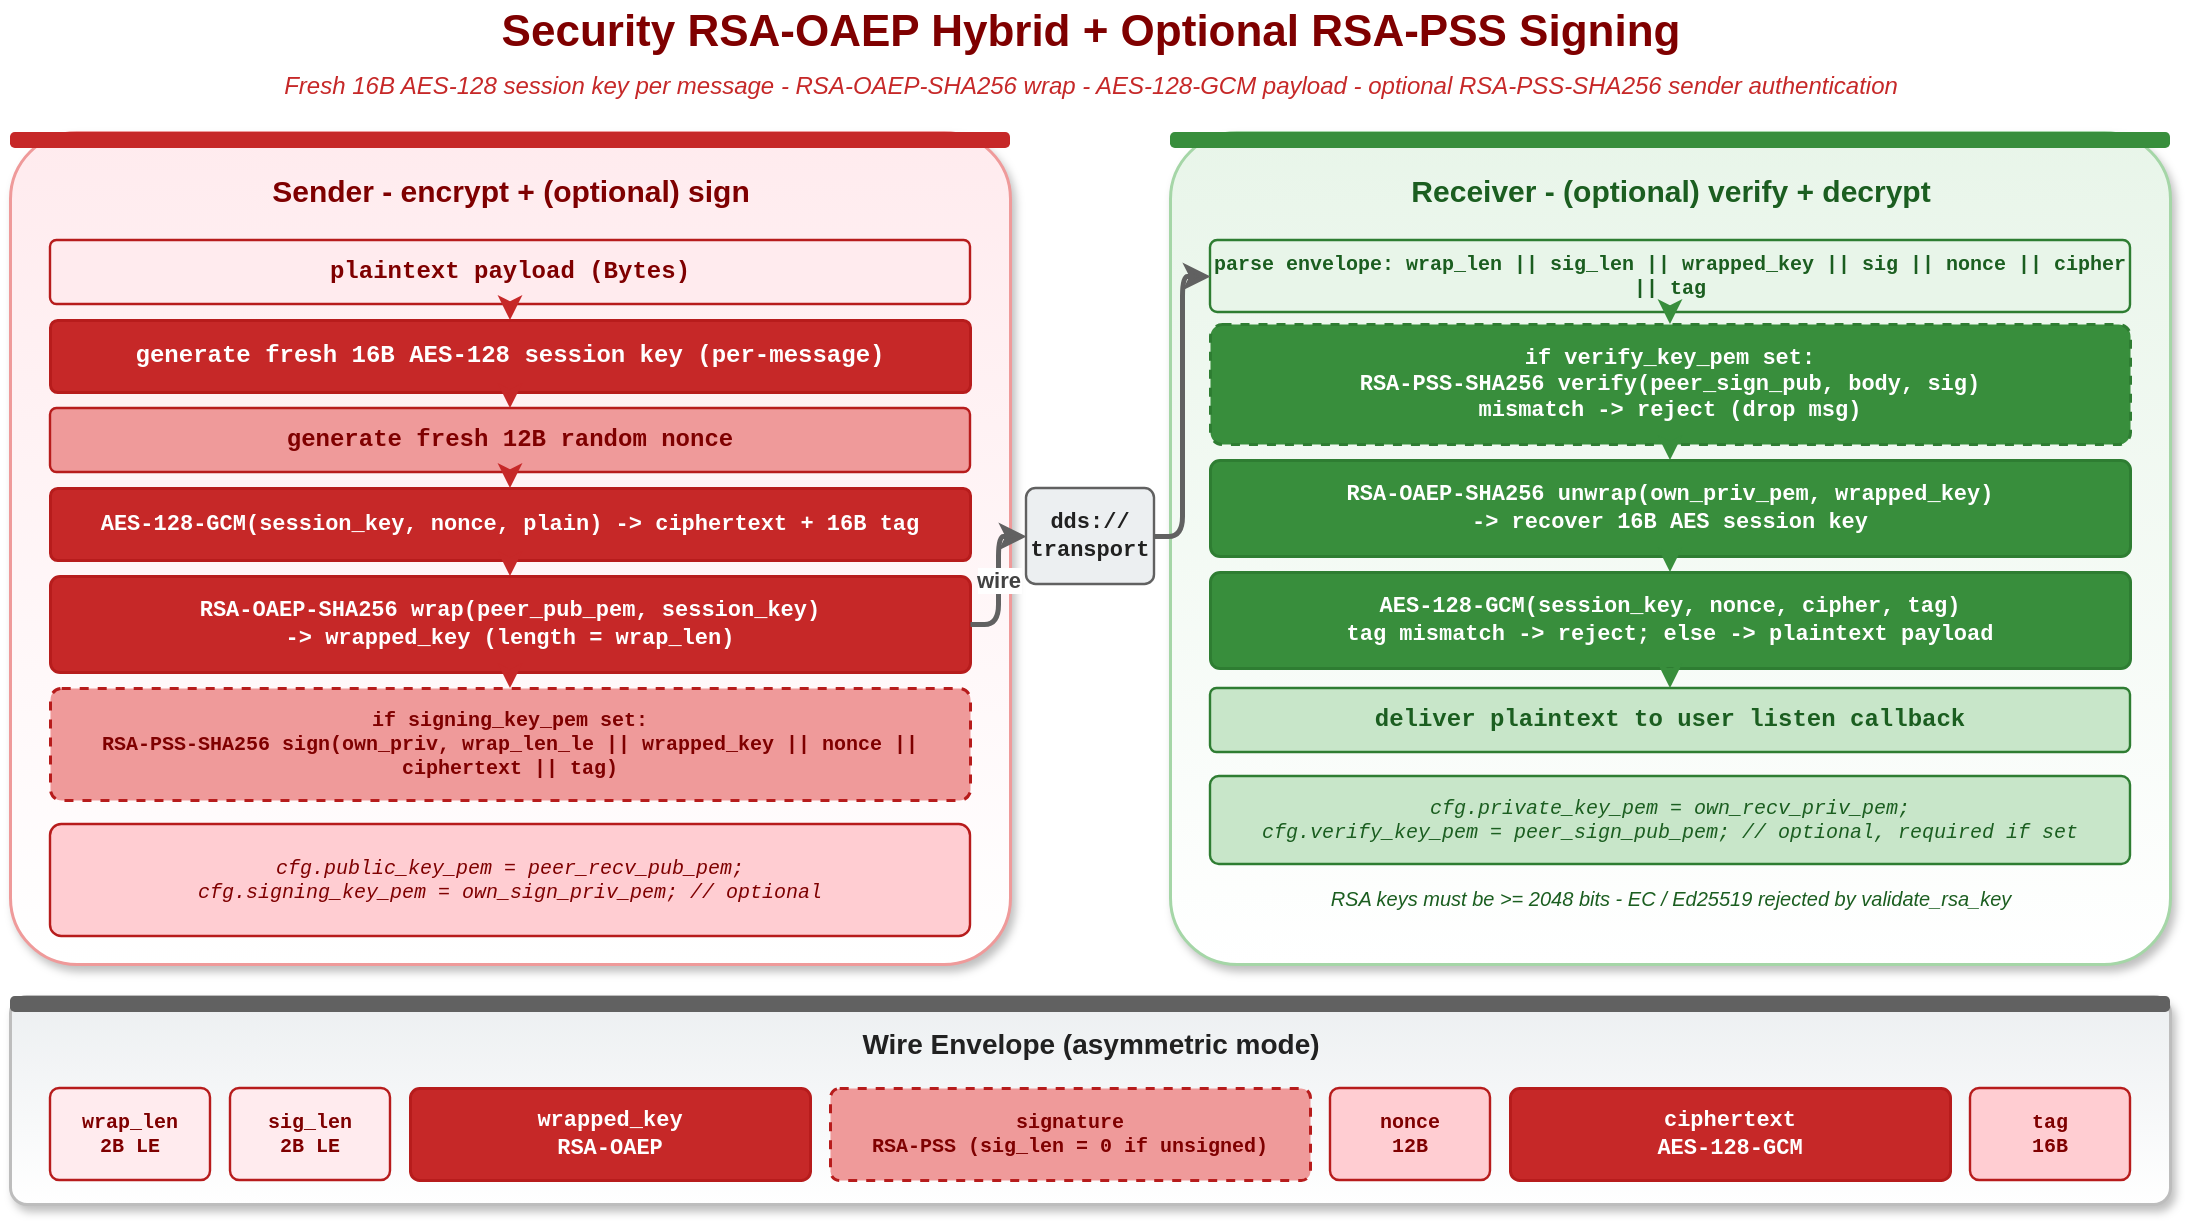
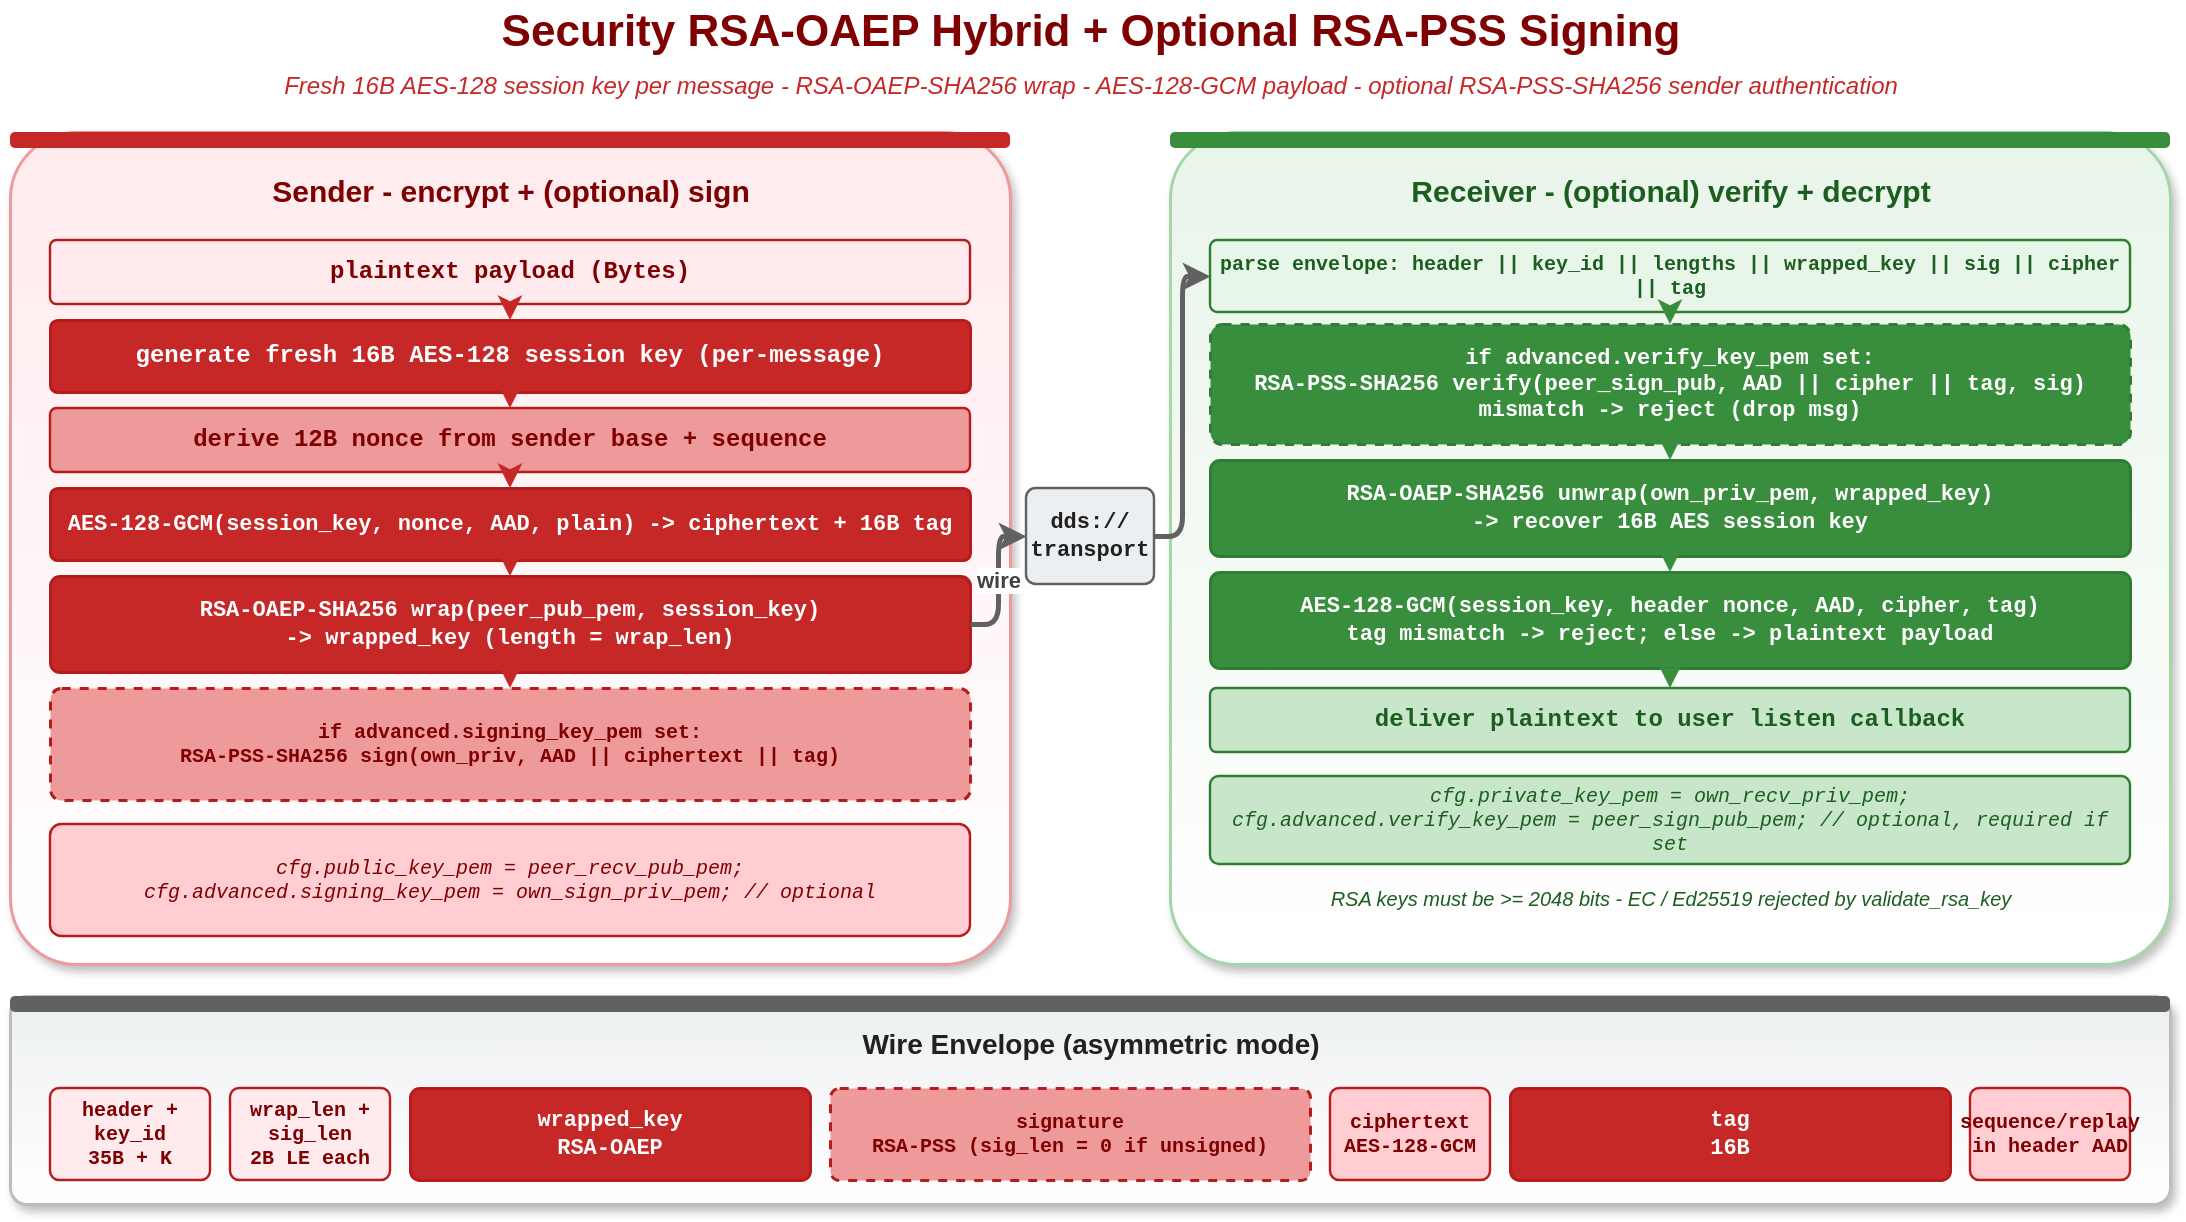
<mxfile host="app.diagrams.net" modified="2026-05-19T00:00:00.000Z" agent="Claude" version="24.0.0" type="device">
  <diagram id="security-rsa-hybrid" name="Security RSA Hybrid">
    <mxGraphModel dx="1120" dy="640" grid="0" gridSize="10" guides="1" tooltips="1" connect="1" arrows="1" fold="1" page="1" pageScale="1" pageWidth="1120" pageHeight="640" math="0" shadow="0">
      <root>
        <mxCell id="0" />
        <mxCell id="1" parent="0" />

        <mxCell id="title" value="Security RSA-OAEP Hybrid  +  Optional RSA-PSS Signing" style="text;html=1;align=center;verticalAlign=middle;strokeColor=none;fillColor=none;fontSize=22;fontStyle=1;fontColor=#7f0000;" vertex="1" parent="1">
          <mxGeometry x="20" y="18" width="1080" height="32" as="geometry" />
        </mxCell>
        <mxCell id="sub" value="Fresh 16B AES-128 session key per message  -  RSA-OAEP-SHA256 wrap  -  AES-128-GCM payload  -  optional RSA-PSS-SHA256 sender authentication" style="text;html=1;align=center;verticalAlign=middle;strokeColor=none;fillColor=none;fontSize=12;fontStyle=2;fontColor=#c62828;" vertex="1" parent="1">
          <mxGeometry x="20" y="50" width="1080" height="22" as="geometry" />
        </mxCell>

        <!-- Sender container (red) -->
        <mxCell id="sndBg" value="" style="rounded=1;whiteSpace=wrap;html=1;fillColor=#ffffff;strokeColor=#ef9a9a;strokeWidth=1.5;arcSize=8;shadow=1;gradientColor=#ffebee;gradientDirection=north;" vertex="1" parent="1">
          <mxGeometry x="20" y="84" width="500" height="416" as="geometry" />
        </mxCell>
        <mxCell id="sndBar" value="" style="rounded=1;whiteSpace=wrap;html=1;fillColor=#c62828;strokeColor=none;arcSize=30;" vertex="1" parent="1">
          <mxGeometry x="20" y="84" width="500" height="8" as="geometry" />
        </mxCell>
        <mxCell id="sndT" value="Sender  -  encrypt + (optional) sign" style="text;html=1;align=center;verticalAlign=middle;strokeColor=none;fillColor=none;fontSize=15;fontStyle=1;fontColor=#7f0000;" vertex="1" parent="1">
          <mxGeometry x="20" y="100" width="500" height="26" as="geometry" />
        </mxCell>

        <mxCell id="s1" value="plaintext payload (Bytes)" style="rounded=1;whiteSpace=wrap;html=1;fillColor=#ffebee;strokeColor=#b71c1c;strokeWidth=1.2;fontSize=12;fontFamily=Courier New;fontStyle=1;fontColor=#7f0000;arcSize=10;" vertex="1" parent="1">
          <mxGeometry x="40" y="138" width="460" height="32" as="geometry" />
        </mxCell>
        <mxCell id="s2" value="generate fresh 16B AES-128 session key (per-message)" style="rounded=1;whiteSpace=wrap;html=1;fillColor=#c62828;strokeColor=#b71c1c;strokeWidth=1.5;fontSize=12;fontFamily=Courier New;fontStyle=1;fontColor=#ffffff;arcSize=10;" vertex="1" parent="1">
          <mxGeometry x="40" y="178" width="460" height="36" as="geometry" />
        </mxCell>
-         <mxCell id="s3" value="generate fresh 12B random nonce" style="rounded=1;whiteSpace=wrap;html=1;fillColor=#ef9a9a;strokeColor=#b71c1c;strokeWidth=1.2;fontSize=12;fontFamily=Courier New;fontStyle=1;fontColor=#7f0000;arcSize=10;" vertex="1" parent="1">
+         <mxCell id="s3" value="derive 12B nonce from sender base + sequence" style="rounded=1;whiteSpace=wrap;html=1;fillColor=#ef9a9a;strokeColor=#b71c1c;strokeWidth=1.2;fontSize=12;fontFamily=Courier New;fontStyle=1;fontColor=#7f0000;arcSize=10;" vertex="1" parent="1">
          <mxGeometry x="40" y="222" width="460" height="32" as="geometry" />
        </mxCell>
-         <mxCell id="s4" value="AES-128-GCM(session_key, nonce, plain) -&amp;gt; ciphertext + 16B tag" style="rounded=1;whiteSpace=wrap;html=1;fillColor=#c62828;strokeColor=#b71c1c;strokeWidth=1.5;fontSize=11;fontFamily=Courier New;fontStyle=1;fontColor=#ffffff;arcSize=10;" vertex="1" parent="1">
+         <mxCell id="s4" value="AES-128-GCM(session_key, nonce, AAD, plain) -&amp;gt; ciphertext + 16B tag" style="rounded=1;whiteSpace=wrap;html=1;fillColor=#c62828;strokeColor=#b71c1c;strokeWidth=1.5;fontSize=11;fontFamily=Courier New;fontStyle=1;fontColor=#ffffff;arcSize=10;" vertex="1" parent="1">
          <mxGeometry x="40" y="262" width="460" height="36" as="geometry" />
        </mxCell>
        <mxCell id="s5" value="RSA-OAEP-SHA256 wrap(peer_pub_pem, session_key)&#10;-&amp;gt; wrapped_key  (length = wrap_len)" style="rounded=1;whiteSpace=wrap;html=1;fillColor=#c62828;strokeColor=#b71c1c;strokeWidth=1.5;fontSize=11;fontFamily=Courier New;fontStyle=1;fontColor=#ffffff;arcSize=10;" vertex="1" parent="1">
          <mxGeometry x="40" y="306" width="460" height="48" as="geometry" />
        </mxCell>
-         <mxCell id="s6" value="if signing_key_pem set:&#10;RSA-PSS-SHA256 sign(own_priv, wrap_len_le || wrapped_key || nonce || ciphertext || tag)" style="rounded=1;whiteSpace=wrap;html=1;fillColor=#ef9a9a;strokeColor=#b71c1c;strokeWidth=1.5;fontSize=10;fontFamily=Courier New;fontStyle=1;fontColor=#7f0000;arcSize=10;dashed=1;" vertex="1" parent="1">
+         <mxCell id="s6" value="if advanced.signing_key_pem set:&#10;RSA-PSS-SHA256 sign(own_priv, AAD || ciphertext || tag)" style="rounded=1;whiteSpace=wrap;html=1;fillColor=#ef9a9a;strokeColor=#b71c1c;strokeWidth=1.5;fontSize=10;fontFamily=Courier New;fontStyle=1;fontColor=#7f0000;arcSize=10;dashed=1;" vertex="1" parent="1">
          <mxGeometry x="40" y="362" width="460" height="56" as="geometry" />
        </mxCell>
-         <mxCell id="sCfg" value="cfg.public_key_pem = peer_recv_pub_pem;&#10;cfg.signing_key_pem = own_sign_priv_pem;  // optional" style="rounded=1;whiteSpace=wrap;html=1;fillColor=#ffcdd2;strokeColor=#b71c1c;strokeWidth=1.2;fontSize=10;fontFamily=Courier New;fontStyle=2;fontColor=#7f0000;arcSize=10;" vertex="1" parent="1">
+         <mxCell id="sCfg" value="cfg.public_key_pem = peer_recv_pub_pem;&#10;cfg.advanced.signing_key_pem = own_sign_priv_pem;  // optional" style="rounded=1;whiteSpace=wrap;html=1;fillColor=#ffcdd2;strokeColor=#b71c1c;strokeWidth=1.2;fontSize=10;fontFamily=Courier New;fontStyle=2;fontColor=#7f0000;arcSize=10;" vertex="1" parent="1">
          <mxGeometry x="40" y="430" width="460" height="56" as="geometry" />
        </mxCell>

        <!-- arrows sender -->
        <mxCell id="as1" style="endArrow=classic;endFill=1;html=1;strokeWidth=2;strokeColor=#c62828;exitX=0.5;exitY=1;entryX=0.5;entryY=0;rounded=1;" edge="1" parent="1" source="s1" target="s2">
          <mxGeometry relative="1" as="geometry" />
        </mxCell>
        <mxCell id="as2" style="endArrow=classic;endFill=1;html=1;strokeWidth=2;strokeColor=#c62828;exitX=0.5;exitY=1;entryX=0.5;entryY=0;rounded=1;" edge="1" parent="1" source="s2" target="s3">
          <mxGeometry relative="1" as="geometry" />
        </mxCell>
        <mxCell id="as3" style="endArrow=classic;endFill=1;html=1;strokeWidth=2;strokeColor=#c62828;exitX=0.5;exitY=1;entryX=0.5;entryY=0;rounded=1;" edge="1" parent="1" source="s3" target="s4">
          <mxGeometry relative="1" as="geometry" />
        </mxCell>
        <mxCell id="as4" style="endArrow=classic;endFill=1;html=1;strokeWidth=2;strokeColor=#c62828;exitX=0.5;exitY=1;entryX=0.5;entryY=0;rounded=1;" edge="1" parent="1" source="s4" target="s5">
          <mxGeometry relative="1" as="geometry" />
        </mxCell>
        <mxCell id="as5" style="endArrow=classic;endFill=1;html=1;strokeWidth=2;strokeColor=#c62828;exitX=0.5;exitY=1;entryX=0.5;entryY=0;rounded=1;" edge="1" parent="1" source="s5" target="s6">
          <mxGeometry relative="1" as="geometry" />
        </mxCell>

        <!-- Receiver container (green) -->
        <mxCell id="rcvBg" value="" style="rounded=1;whiteSpace=wrap;html=1;fillColor=#ffffff;strokeColor=#a5d6a7;strokeWidth=1.5;arcSize=8;shadow=1;gradientColor=#e8f5e9;gradientDirection=north;" vertex="1" parent="1">
          <mxGeometry x="600" y="84" width="500" height="416" as="geometry" />
        </mxCell>
        <mxCell id="rcvBar" value="" style="rounded=1;whiteSpace=wrap;html=1;fillColor=#388e3c;strokeColor=none;arcSize=30;" vertex="1" parent="1">
          <mxGeometry x="600" y="84" width="500" height="8" as="geometry" />
        </mxCell>
        <mxCell id="rcvT" value="Receiver  -  (optional) verify + decrypt" style="text;html=1;align=center;verticalAlign=middle;strokeColor=none;fillColor=none;fontSize=15;fontStyle=1;fontColor=#1b5e20;" vertex="1" parent="1">
          <mxGeometry x="600" y="100" width="500" height="26" as="geometry" />
        </mxCell>

-         <mxCell id="r1" value="parse envelope: wrap_len || sig_len || wrapped_key || sig || nonce || cipher || tag" style="rounded=1;whiteSpace=wrap;html=1;fillColor=#e8f5e9;strokeColor=#2e7d32;strokeWidth=1.2;fontSize=10;fontFamily=Courier New;fontStyle=1;fontColor=#1b5e20;arcSize=10;" vertex="1" parent="1">
+         <mxCell id="r1" value="parse envelope: header || key_id || lengths || wrapped_key || sig || cipher || tag" style="rounded=1;whiteSpace=wrap;html=1;fillColor=#e8f5e9;strokeColor=#2e7d32;strokeWidth=1.2;fontSize=10;fontFamily=Courier New;fontStyle=1;fontColor=#1b5e20;arcSize=10;" vertex="1" parent="1">
          <mxGeometry x="620" y="138" width="460" height="36" as="geometry" />
        </mxCell>
-         <mxCell id="r2" value="if verify_key_pem set:&#10;RSA-PSS-SHA256 verify(peer_sign_pub, body, sig)&#10;mismatch -&amp;gt; reject (drop msg)" style="rounded=1;whiteSpace=wrap;html=1;fillColor=#388e3c;strokeColor=#2e7d32;strokeWidth=1.5;fontSize=11;fontFamily=Courier New;fontStyle=1;fontColor=#ffffff;arcSize=10;dashed=1;" vertex="1" parent="1">
+         <mxCell id="r2" value="if advanced.verify_key_pem set:&#10;RSA-PSS-SHA256 verify(peer_sign_pub, AAD || cipher || tag, sig)&#10;mismatch -&amp;gt; reject (drop msg)" style="rounded=1;whiteSpace=wrap;html=1;fillColor=#388e3c;strokeColor=#2e7d32;strokeWidth=1.5;fontSize=11;fontFamily=Courier New;fontStyle=1;fontColor=#ffffff;arcSize=10;dashed=1;" vertex="1" parent="1">
          <mxGeometry x="620" y="180" width="460" height="60" as="geometry" />
        </mxCell>
        <mxCell id="r3" value="RSA-OAEP-SHA256 unwrap(own_priv_pem, wrapped_key)&#10;-&amp;gt; recover 16B AES session key" style="rounded=1;whiteSpace=wrap;html=1;fillColor=#388e3c;strokeColor=#2e7d32;strokeWidth=1.5;fontSize=11;fontFamily=Courier New;fontStyle=1;fontColor=#ffffff;arcSize=10;" vertex="1" parent="1">
          <mxGeometry x="620" y="248" width="460" height="48" as="geometry" />
        </mxCell>
-         <mxCell id="r4" value="AES-128-GCM(session_key, nonce, cipher, tag)&#10;tag mismatch -&amp;gt; reject; else -&amp;gt; plaintext payload" style="rounded=1;whiteSpace=wrap;html=1;fillColor=#388e3c;strokeColor=#2e7d32;strokeWidth=1.5;fontSize=11;fontFamily=Courier New;fontStyle=1;fontColor=#ffffff;arcSize=10;" vertex="1" parent="1">
+         <mxCell id="r4" value="AES-128-GCM(session_key, header nonce, AAD, cipher, tag)&#10;tag mismatch -&amp;gt; reject; else -&amp;gt; plaintext payload" style="rounded=1;whiteSpace=wrap;html=1;fillColor=#388e3c;strokeColor=#2e7d32;strokeWidth=1.5;fontSize=11;fontFamily=Courier New;fontStyle=1;fontColor=#ffffff;arcSize=10;" vertex="1" parent="1">
          <mxGeometry x="620" y="304" width="460" height="48" as="geometry" />
        </mxCell>
        <mxCell id="r5" value="deliver plaintext to user listen callback" style="rounded=1;whiteSpace=wrap;html=1;fillColor=#c8e6c9;strokeColor=#2e7d32;strokeWidth=1.2;fontSize=12;fontFamily=Courier New;fontStyle=1;fontColor=#1b5e20;arcSize=10;" vertex="1" parent="1">
          <mxGeometry x="620" y="362" width="460" height="32" as="geometry" />
        </mxCell>
-         <mxCell id="rCfg" value="cfg.private_key_pem = own_recv_priv_pem;&#10;cfg.verify_key_pem  = peer_sign_pub_pem;  // optional, required if set" style="rounded=1;whiteSpace=wrap;html=1;fillColor=#c8e6c9;strokeColor=#2e7d32;strokeWidth=1.2;fontSize=10;fontFamily=Courier New;fontStyle=2;fontColor=#1b5e20;arcSize=10;" vertex="1" parent="1">
+         <mxCell id="rCfg" value="cfg.private_key_pem = own_recv_priv_pem;&#10;cfg.advanced.verify_key_pem  = peer_sign_pub_pem;  // optional, required if set" style="rounded=1;whiteSpace=wrap;html=1;fillColor=#c8e6c9;strokeColor=#2e7d32;strokeWidth=1.2;fontSize=10;fontFamily=Courier New;fontStyle=2;fontColor=#1b5e20;arcSize=10;" vertex="1" parent="1">
          <mxGeometry x="620" y="406" width="460" height="44" as="geometry" />
        </mxCell>
        <mxCell id="rCons" value="RSA keys must be &amp;gt;= 2048 bits  -  EC / Ed25519 rejected by validate_rsa_key" style="text;html=1;align=center;verticalAlign=middle;strokeColor=none;fillColor=none;fontSize=10;fontStyle=2;fontColor=#1b5e20;" vertex="1" parent="1">
          <mxGeometry x="620" y="456" width="460" height="22" as="geometry" />
        </mxCell>

        <mxCell id="ar1" style="endArrow=classic;endFill=1;html=1;strokeWidth=2;strokeColor=#388e3c;exitX=0.5;exitY=1;entryX=0.5;entryY=0;rounded=1;" edge="1" parent="1" source="r1" target="r2">
          <mxGeometry relative="1" as="geometry" />
        </mxCell>
        <mxCell id="ar2" style="endArrow=classic;endFill=1;html=1;strokeWidth=2;strokeColor=#388e3c;exitX=0.5;exitY=1;entryX=0.5;entryY=0;rounded=1;" edge="1" parent="1" source="r2" target="r3">
          <mxGeometry relative="1" as="geometry" />
        </mxCell>
        <mxCell id="ar3" style="endArrow=classic;endFill=1;html=1;strokeWidth=2;strokeColor=#388e3c;exitX=0.5;exitY=1;entryX=0.5;entryY=0;rounded=1;" edge="1" parent="1" source="r3" target="r4">
          <mxGeometry relative="1" as="geometry" />
        </mxCell>
        <mxCell id="ar4" style="endArrow=classic;endFill=1;html=1;strokeWidth=2;strokeColor=#388e3c;exitX=0.5;exitY=1;entryX=0.5;entryY=0;rounded=1;" edge="1" parent="1" source="r4" target="r5">
          <mxGeometry relative="1" as="geometry" />
        </mxCell>

        <!-- middle transport bridge -->
        <mxCell id="mid" value="dds:// transport" style="rounded=1;whiteSpace=wrap;html=1;fillColor=#eceff1;strokeColor=#616161;strokeWidth=1.2;fontSize=11;fontFamily=Courier New;fontStyle=1;fontColor=#212121;arcSize=10;" vertex="1" parent="1">
          <mxGeometry x="528" y="262" width="64" height="48" as="geometry" />
        </mxCell>
        <mxCell id="midA1" value="wire" style="endArrow=classic;endFill=1;html=1;strokeWidth=2.5;strokeColor=#616161;exitX=1;exitY=0.5;entryX=0;entryY=0.5;rounded=1;fontSize=11;fontStyle=1;fontColor=#424242;labelBackgroundColor=#ffffff;edgeStyle=orthogonalEdgeStyle;" edge="1" parent="1" source="s5" target="mid">
          <mxGeometry relative="1" as="geometry" />
        </mxCell>
        <mxCell id="midA2" style="endArrow=classic;endFill=1;html=1;strokeWidth=2.5;strokeColor=#616161;exitX=1;exitY=0.5;entryX=0;entryY=0.5;rounded=1;edgeStyle=orthogonalEdgeStyle;" edge="1" parent="1" source="mid" target="r1">
          <mxGeometry relative="1" as="geometry" />
        </mxCell>

        <!-- Bottom: wire envelope -->
        <mxCell id="envBg" value="" style="rounded=1;whiteSpace=wrap;html=1;fillColor=#ffffff;strokeColor=#bdbdbd;strokeWidth=1.5;arcSize=8;shadow=1;gradientColor=#eceff1;gradientDirection=north;" vertex="1" parent="1">
          <mxGeometry x="20" y="516" width="1080" height="104" as="geometry" />
        </mxCell>
        <mxCell id="envBar" value="" style="rounded=1;whiteSpace=wrap;html=1;fillColor=#616161;strokeColor=none;arcSize=30;" vertex="1" parent="1">
          <mxGeometry x="20" y="516" width="1080" height="8" as="geometry" />
        </mxCell>
        <mxCell id="envT" value="Wire Envelope (asymmetric mode)" style="text;html=1;align=center;verticalAlign=middle;strokeColor=none;fillColor=none;fontSize=14;fontStyle=1;fontColor=#212121;" vertex="1" parent="1">
          <mxGeometry x="20" y="528" width="1080" height="24" as="geometry" />
        </mxCell>

-         <mxCell id="e1" value="wrap_len&#10;2B LE" style="rounded=1;whiteSpace=wrap;html=1;fillColor=#ffebee;strokeColor=#b71c1c;strokeWidth=1.2;fontSize=10;fontFamily=Courier New;fontStyle=1;fontColor=#7f0000;arcSize=10;" vertex="1" parent="1">
+         <mxCell id="e1" value="header + key_id&#10;35B + K" style="rounded=1;whiteSpace=wrap;html=1;fillColor=#ffebee;strokeColor=#b71c1c;strokeWidth=1.2;fontSize=10;fontFamily=Courier New;fontStyle=1;fontColor=#7f0000;arcSize=10;" vertex="1" parent="1">
          <mxGeometry x="40" y="562" width="80" height="46" as="geometry" />
        </mxCell>
-         <mxCell id="e2" value="sig_len&#10;2B LE" style="rounded=1;whiteSpace=wrap;html=1;fillColor=#ffebee;strokeColor=#b71c1c;strokeWidth=1.2;fontSize=10;fontFamily=Courier New;fontStyle=1;fontColor=#7f0000;arcSize=10;" vertex="1" parent="1">
+         <mxCell id="e2" value="wrap_len + sig_len&#10;2B LE each" style="rounded=1;whiteSpace=wrap;html=1;fillColor=#ffebee;strokeColor=#b71c1c;strokeWidth=1.2;fontSize=10;fontFamily=Courier New;fontStyle=1;fontColor=#7f0000;arcSize=10;" vertex="1" parent="1">
          <mxGeometry x="130" y="562" width="80" height="46" as="geometry" />
        </mxCell>
        <mxCell id="e3" value="wrapped_key&#10;RSA-OAEP" style="rounded=1;whiteSpace=wrap;html=1;fillColor=#c62828;strokeColor=#b71c1c;strokeWidth=1.5;fontSize=11;fontFamily=Courier New;fontStyle=1;fontColor=#ffffff;arcSize=10;" vertex="1" parent="1">
          <mxGeometry x="220" y="562" width="200" height="46" as="geometry" />
        </mxCell>
        <mxCell id="e4" value="signature&#10;RSA-PSS  (sig_len = 0 if unsigned)" style="rounded=1;whiteSpace=wrap;html=1;fillColor=#ef9a9a;strokeColor=#b71c1c;strokeWidth=1.5;fontSize=10;fontFamily=Courier New;fontStyle=1;fontColor=#7f0000;arcSize=10;dashed=1;" vertex="1" parent="1">
          <mxGeometry x="430" y="562" width="240" height="46" as="geometry" />
        </mxCell>
-         <mxCell id="e5" value="nonce&#10;12B" style="rounded=1;whiteSpace=wrap;html=1;fillColor=#ffcdd2;strokeColor=#b71c1c;strokeWidth=1.2;fontSize=10;fontFamily=Courier New;fontStyle=1;fontColor=#7f0000;arcSize=10;" vertex="1" parent="1">
+         <mxCell id="e5" value="ciphertext&#10;AES-128-GCM" style="rounded=1;whiteSpace=wrap;html=1;fillColor=#ffcdd2;strokeColor=#b71c1c;strokeWidth=1.2;fontSize=10;fontFamily=Courier New;fontStyle=1;fontColor=#7f0000;arcSize=10;" vertex="1" parent="1">
          <mxGeometry x="680" y="562" width="80" height="46" as="geometry" />
        </mxCell>
-         <mxCell id="e6" value="ciphertext&#10;AES-128-GCM" style="rounded=1;whiteSpace=wrap;html=1;fillColor=#c62828;strokeColor=#b71c1c;strokeWidth=1.5;fontSize=11;fontFamily=Courier New;fontStyle=1;fontColor=#ffffff;arcSize=10;" vertex="1" parent="1">
+         <mxCell id="e6" value="tag&#10;16B" style="rounded=1;whiteSpace=wrap;html=1;fillColor=#c62828;strokeColor=#b71c1c;strokeWidth=1.5;fontSize=11;fontFamily=Courier New;fontStyle=1;fontColor=#ffffff;arcSize=10;" vertex="1" parent="1">
          <mxGeometry x="770" y="562" width="220" height="46" as="geometry" />
        </mxCell>
-         <mxCell id="e7" value="tag&#10;16B" style="rounded=1;whiteSpace=wrap;html=1;fillColor=#ffcdd2;strokeColor=#b71c1c;strokeWidth=1.2;fontSize=10;fontFamily=Courier New;fontStyle=1;fontColor=#7f0000;arcSize=10;" vertex="1" parent="1">
+         <mxCell id="e7" value="sequence/replay&#10;in header AAD" style="rounded=1;whiteSpace=wrap;html=1;fillColor=#ffcdd2;strokeColor=#b71c1c;strokeWidth=1.2;fontSize=10;fontFamily=Courier New;fontStyle=1;fontColor=#7f0000;arcSize=10;" vertex="1" parent="1">
          <mxGeometry x="1000" y="562" width="80" height="46" as="geometry" />
        </mxCell>

      </root>
    </mxGraphModel>
  </diagram>
</mxfile>
